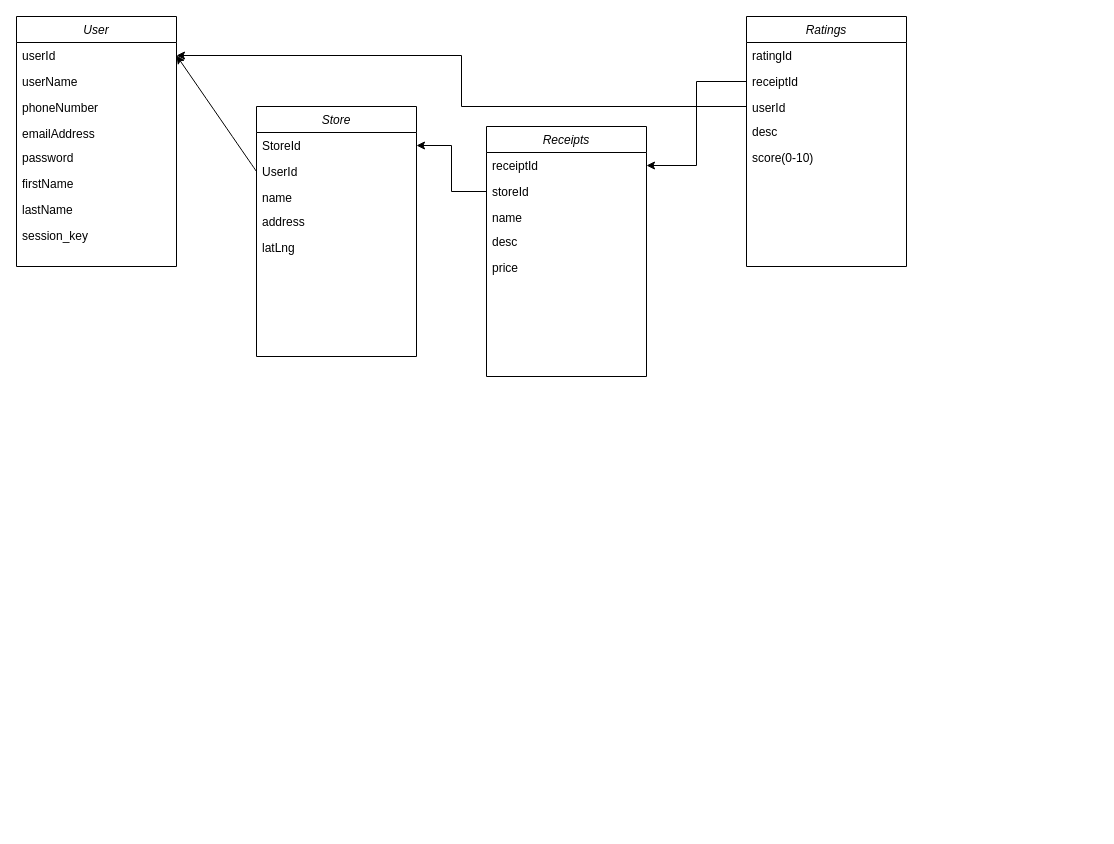
Before: Foodie-Go-Class-Diagram.drawio in BlakePatterson/Foodie-Go, a draw.io diagram. Source tidied: cells renumbered, new cells numbered last; positions are measured from the earlier drawing's top-left corner, leaving out a move shared by most shapes. Both pictures are drawn from the tidied source at 100%, with x=0, y=0 at pixel (16, 16).
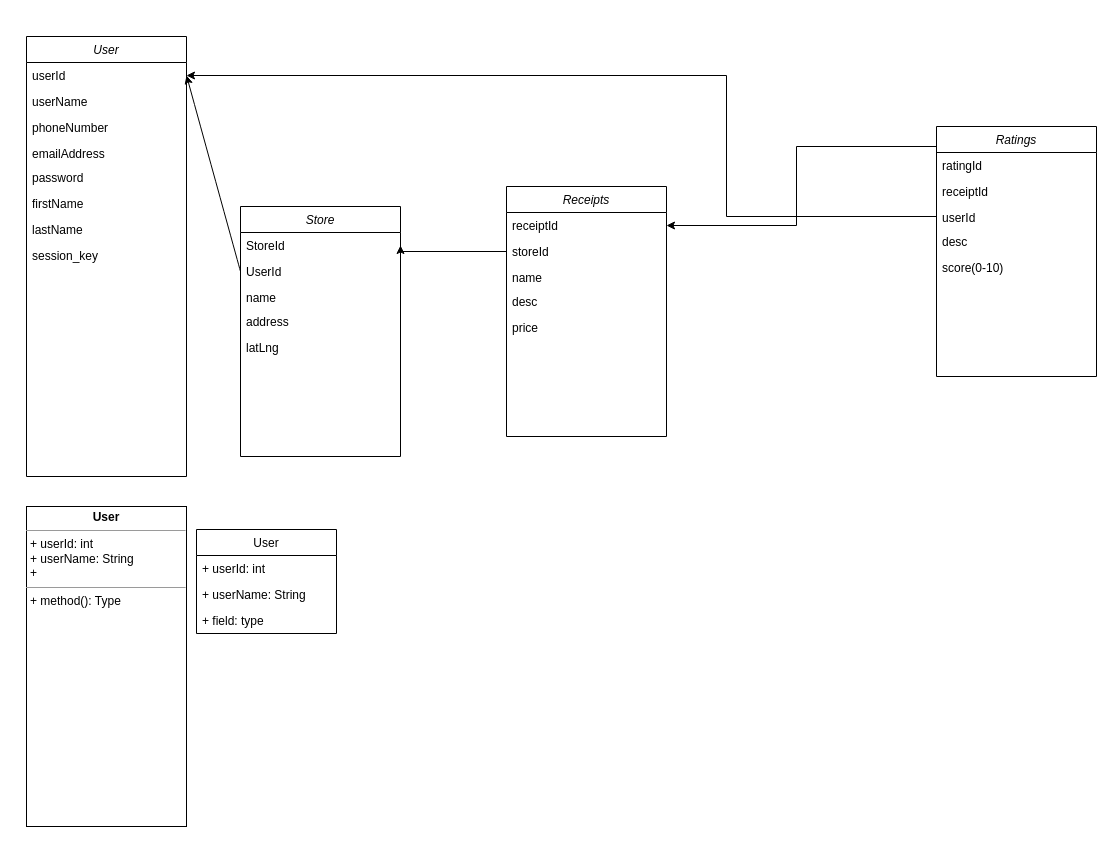
After the change.

Unchanged cells that the change refers to:
```xml
<mxCell id="3" value="userId" style="text;align=left;verticalAlign=top;spacingLeft=4;spacingRight=4;overflow=hidden;points=[[0,0.5],[1,0.5]];portConstraint=eastwest;" parent="2" vertex="1">
  <mxGeometry y="26" width="160" height="26" as="geometry" />
</mxCell>
<mxCell id="12" value="StoreId" style="text;align=left;verticalAlign=top;spacingLeft=4;spacingRight=4;overflow=hidden;points=[[0,0.5],[1,0.5]];portConstraint=eastwest;" parent="11" vertex="1">
  <mxGeometry y="26" width="160" height="26" as="geometry" />
</mxCell>
<mxCell id="19" value="receiptId" style="text;align=left;verticalAlign=top;spacingLeft=4;spacingRight=4;overflow=hidden;points=[[0,0.5],[1,0.5]];portConstraint=eastwest;" parent="18" vertex="1">
  <mxGeometry y="26" width="160" height="26" as="geometry" />
</mxCell>
<mxCell id="20" value="storeId" style="text;align=left;verticalAlign=top;spacingLeft=4;spacingRight=4;overflow=hidden;points=[[0,0.5],[1,0.5]];portConstraint=eastwest;rounded=0;shadow=0;html=0;" parent="18" vertex="1">
  <mxGeometry y="52" width="160" height="26" as="geometry" />
</mxCell>
<mxCell id="27" value="receiptId" style="text;align=left;verticalAlign=top;spacingLeft=4;spacingRight=4;overflow=hidden;points=[[0,0.5],[1,0.5]];portConstraint=eastwest;rounded=0;shadow=0;html=0;" parent="25" vertex="1">
  <mxGeometry y="52" width="160" height="26" as="geometry" />
</mxCell>
<mxCell id="28" value="userId" style="text;align=left;verticalAlign=top;spacingLeft=4;spacingRight=4;overflow=hidden;points=[[0,0.5],[1,0.5]];portConstraint=eastwest;rounded=0;shadow=0;html=0;" parent="25" vertex="1">
  <mxGeometry y="78" width="160" height="24" as="geometry" />
</mxCell>
```

The edit, as a diff of the source:
```diff
@@
     <mxCell id="2" value="User" style="swimlane;fontStyle=2;align=center;verticalAlign=top;horizontal=1;startSize=26;rounded=0;shadow=0;strokeWidth=1;" parent="1" vertex="1">
-      <mxGeometry width="160" height="250" as="geometry" />
+      <mxGeometry x="10" y="20" width="160" height="440" as="geometry" />
     </mxCell>
@@
     <mxCell id="11" value="Store" style="swimlane;fontStyle=2;align=center;verticalAlign=top;horizontal=1;startSize=26;rounded=0;shadow=0;strokeWidth=1;" parent="1" vertex="1">
-      <mxGeometry x="240" y="90" width="160" height="250" as="geometry" />
+      <mxGeometry x="224" y="190" width="160" height="250" as="geometry" />
     </mxCell>
@@
     <mxCell id="18" value="Receipts" style="swimlane;fontStyle=2;align=center;verticalAlign=top;horizontal=1;startSize=26;rounded=0;shadow=0;strokeWidth=1;" parent="1" vertex="1">
-      <mxGeometry x="470" y="110" width="160" height="250" as="geometry" />
+      <mxGeometry x="490" y="170" width="160" height="250" as="geometry" />
     </mxCell>
@@
     <mxCell id="24" style="edgeStyle=orthogonalEdgeStyle;rounded=0;jettySize=auto;html=1;exitX=0;exitY=0.5;exitDx=0;exitDy=0;entryX=1;entryY=0.5;entryDx=0;entryDy=0;" parent="1" edge="1" source="20" target="12">
-      <mxGeometry relative="1" as="geometry" />
+      <mxGeometry relative="1" as="geometry">
+        <Array as="points">
+          <mxPoint x="384" y="235" />
+        </Array>
+      </mxGeometry>
     </mxCell>
     <mxCell id="25" value="Ratings" style="swimlane;fontStyle=2;align=center;verticalAlign=top;horizontal=1;startSize=26;rounded=0;shadow=0;strokeWidth=1;" parent="1" vertex="1">
-      <mxGeometry x="730" width="160" height="250" as="geometry" />
+      <mxGeometry x="920" y="110" width="160" height="250" as="geometry" />
     </mxCell>
@@
     <mxCell id="31" style="edgeStyle=orthogonalEdgeStyle;rounded=0;jettySize=auto;html=1;exitX=0;exitY=0.5;exitDx=0;exitDy=0;entryX=1;entryY=0.5;entryDx=0;entryDy=0;" parent="1" edge="1" source="27" target="19">
-      <mxGeometry relative="1" as="geometry" />
+      <mxGeometry relative="1" as="geometry">
+        <Array as="points">
+          <mxPoint x="920" y="130" />
+          <mxPoint x="780" y="130" />
+          <mxPoint x="780" y="209" />
+        </Array>
+      </mxGeometry>
     </mxCell>
     <mxCell id="32" style="edgeStyle=orthogonalEdgeStyle;rounded=0;jettySize=auto;html=1;exitX=0;exitY=0.5;exitDx=0;exitDy=0;" parent="1" edge="1" source="28" target="3">
-      <mxGeometry relative="1" as="geometry" />
+      <mxGeometry relative="1" as="geometry">
+        <Array as="points">
+          <mxPoint x="710" y="200" />
+          <mxPoint x="710" y="59" />
+        </Array>
+      </mxGeometry>
     </mxCell>
+    <mxCell id="33" value="User" style="swimlane;fontStyle=0;horizontal=1;startSize=26;fillColor=none;" parent="1" vertex="1">
+      <mxGeometry x="180" y="513" width="140" height="104" as="geometry" />
+    </mxCell>
+    <mxCell id="34" value="+ userId: int" style="text;strokeColor=none;fillColor=none;align=left;verticalAlign=top;spacingLeft=4;spacingRight=4;overflow=hidden;" parent="33" vertex="1">
+      <mxGeometry y="26" width="140" height="26" as="geometry" />
+    </mxCell>
+    <mxCell id="35" value="+ userName: String" style="text;strokeColor=none;fillColor=none;align=left;verticalAlign=top;spacingLeft=4;spacingRight=4;overflow=hidden;" parent="33" vertex="1">
+      <mxGeometry y="52" width="140" height="26" as="geometry" />
+    </mxCell>
+    <mxCell id="36" value="+ field: type" style="text;strokeColor=none;fillColor=none;align=left;verticalAlign=top;spacingLeft=4;spacingRight=4;overflow=hidden;" parent="33" vertex="1">
+      <mxGeometry y="78" width="140" height="26" as="geometry" />
+    </mxCell>
+    <mxCell id="37" value="&lt;p style=&quot;margin: 0px ; margin-top: 4px ; text-align: center&quot;&gt;&lt;b&gt;User&lt;/b&gt;&lt;/p&gt;&lt;hr size=&quot;1&quot;&gt;&lt;p style=&quot;margin: 0px ; margin-left: 4px&quot;&gt;+ userId: int&lt;/p&gt;&lt;p style=&quot;margin: 0px ; margin-left: 4px&quot;&gt;+ userName: String&lt;/p&gt;&lt;p style=&quot;margin: 0px ; margin-left: 4px&quot;&gt;+&lt;/p&gt;&lt;hr size=&quot;1&quot;&gt;&lt;p style=&quot;margin: 0px ; margin-left: 4px&quot;&gt;+ method(): Type&lt;/p&gt;" style="verticalAlign=top;align=left;overflow=fill;fontSize=12;fontFamily=Helvetica;html=1;" parent="1" vertex="1">
+      <mxGeometry x="10" y="490" width="160" height="320" as="geometry" />
+    </mxCell>
```
